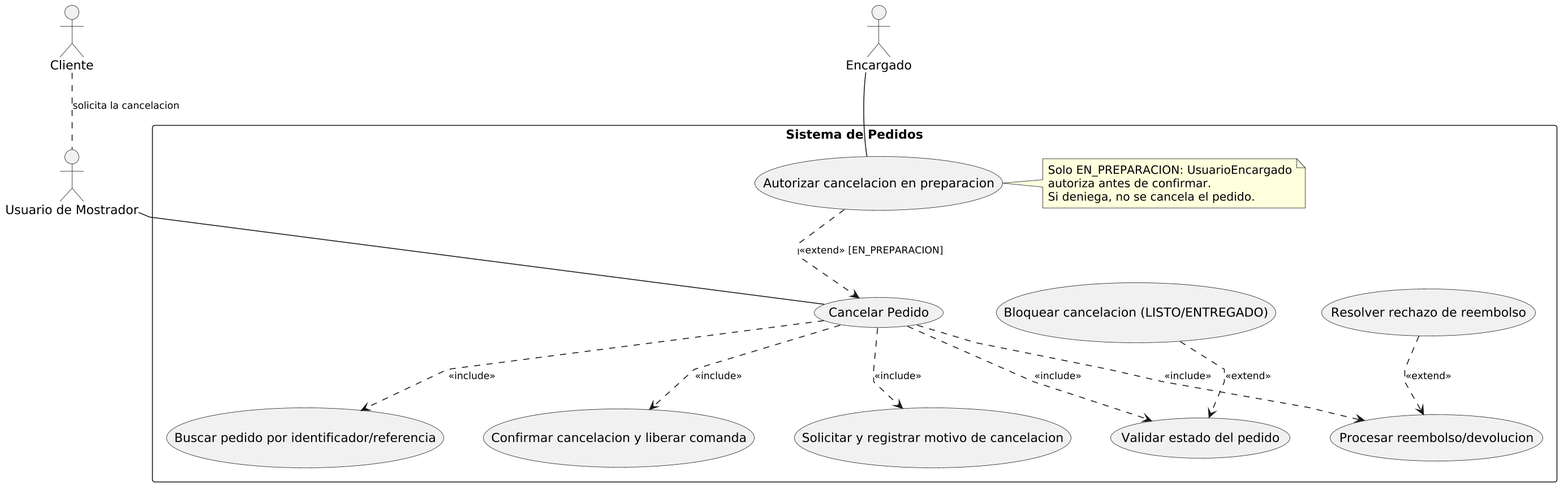
This is diagramas/02-casos-de-uso/02-caso-uso-cancelar-pedido-03.png from eloeyhe/SistemaPedidos, a PlantUML export, as it was before one commit.
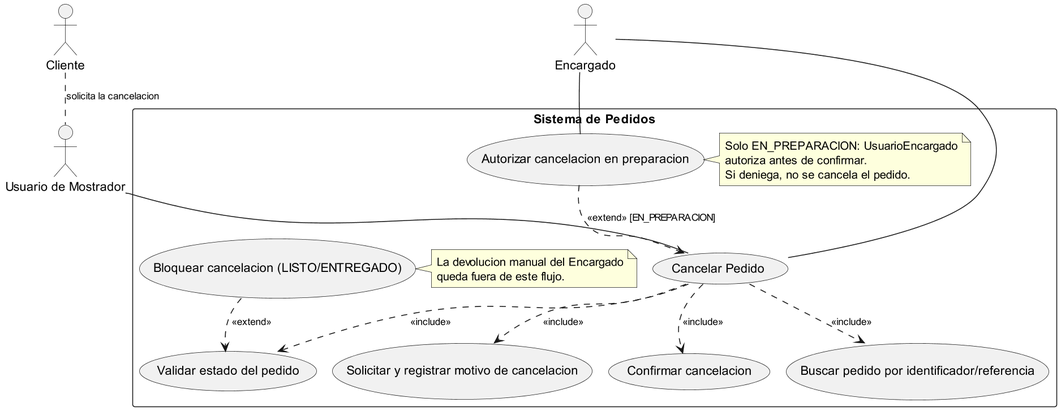
The same diagram one commit later.

Commit message:
Regenero los PNG del caso de uso y la actividad de CU03

The edit, as a diff of the source:
```diff
@@ -1,4 +1,5 @@
 @startuml 02-caso-uso-cancelar-pedido-03
+!pragma layout smetana
 top to bottom direction
 skinparam dpi 150
 skinparam nodesep 45
@@ -17,8 +18,7 @@
 	usecase "Buscar pedido por identificador/referencia" as Buscar
 	usecase "Validar estado del pedido" as ValidarEstado
 	usecase "Solicitar y registrar motivo de cancelacion" as RegistrarMotivo
-	usecase "Procesar reembolso/devolucion" as Reembolsar
-	usecase "Confirmar cancelacion y liberar comanda" as Confirmar
+	usecase "Confirmar cancelacion" as Confirmar
 	usecase "Autorizar cancelacion en preparacion" as Autorizar
 	note right of Autorizar
 		Solo EN_PREPARACION: UsuarioEncargado
@@ -26,33 +26,32 @@
 		Si deniega, no se cancela el pedido.
 	end note
 	usecase "Bloquear cancelacion (LISTO/ENTREGADO)" as Bloquear
-	usecase "Resolver rechazo de reembolso" as RechazoReembolso
+	note right of Bloquear
+		La devolucion manual del Encargado
+		queda fuera de este flujo.
+	end note
 }
 
 Mostrador -- Cancelar
+Encargado -- Cancelar
 Encargado -- Autorizar
 
 Cancelar .> Buscar : <<include>>
 Cancelar .> ValidarEstado : <<include>>
 Cancelar .> RegistrarMotivo : <<include>>
-Cancelar .> Reembolsar : <<include>>
 Cancelar .> Confirmar : <<include>>
 
 Autorizar .> Cancelar : <<extend>> [EN_PREPARACION]
 Bloquear .> ValidarEstado : <<extend>>
-RechazoReembolso .> Reembolsar : <<extend>>
 
 Cancelar -[hidden]down- Buscar
 Cancelar -[hidden]down- ValidarEstado
 Cancelar -[hidden]down- RegistrarMotivo
-Cancelar -[hidden]down- Reembolsar
 Cancelar -[hidden]down- Confirmar
 Buscar -[hidden]right- ValidarEstado
 ValidarEstado -[hidden]right- RegistrarMotivo
-RegistrarMotivo -[hidden]right- Reembolsar
-Reembolsar -[hidden]right- Confirmar
+RegistrarMotivo -[hidden]right- Confirmar
 Autorizar -[hidden]down- Cancelar
 Bloquear -[hidden]down- ValidarEstado
-RechazoReembolso -[hidden]down- Reembolsar
 Encargado -[hidden]down- Autorizar
 @enduml
```
